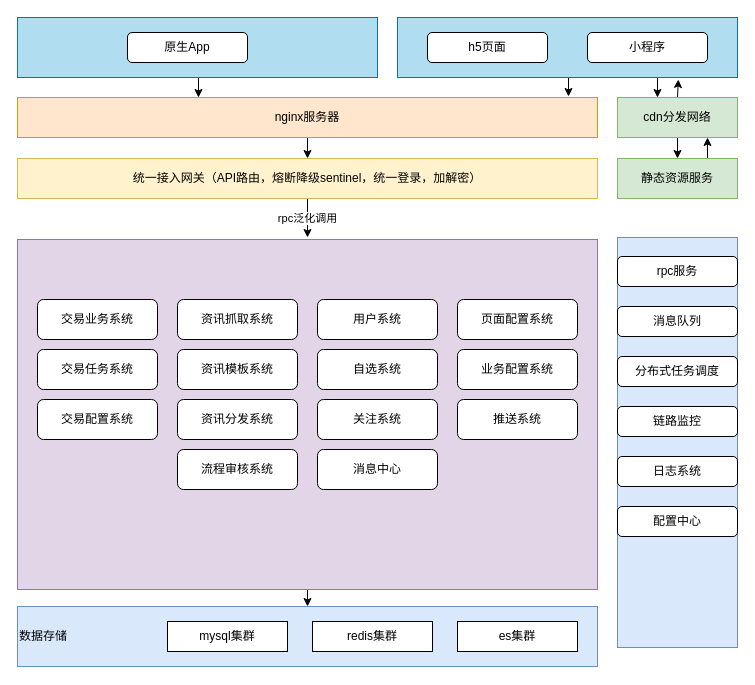
This is 证券系统整体架构图.drawio from WindRain20140210/files-ArchitectureDiagram, a draw.io file, before an edit. Source tidied: cells renumbered, new cells numbered last; positions are measured from the earlier drawing's top-left corner, leaving out a move shared by most shapes. Both pictures are drawn from the tidied source at 100%, with x=0, y=0 at pixel (17, 17).
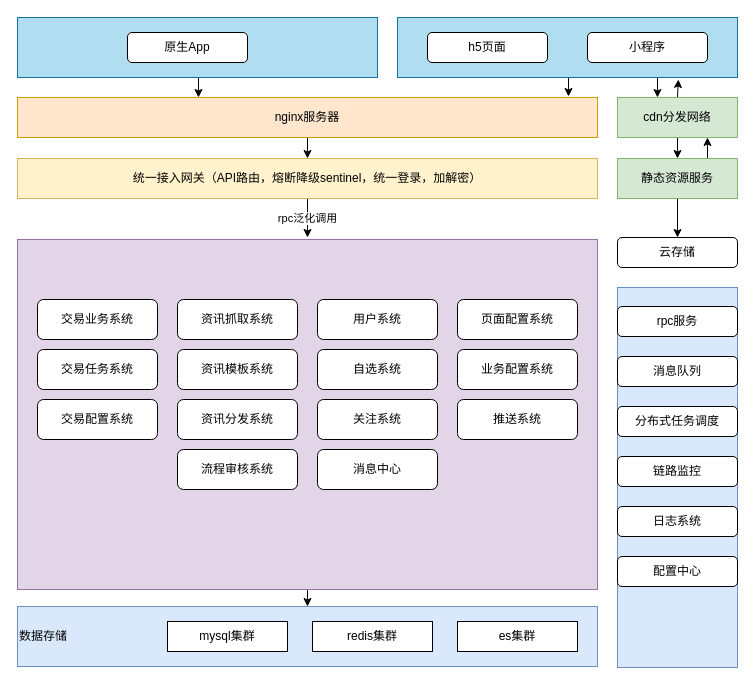
After the change.

Commit message (it also covers changes not shown here):
Update 证券系统整体架构图.drawio

Unchanged cells that the change refers to:
```xml
<mxCell id="12" value="静态资源服务" style="rounded=0;whiteSpace=wrap;html=1;fillColor=#d5e8d4;strokeColor=#82b366;" parent="1" vertex="1">
  <mxGeometry x="600" y="141" width="120" height="40" as="geometry" />
</mxCell>
```

What changed in the source:
```diff
@@
+    <mxCell id="46" style="edgeStyle=orthogonalEdgeStyle;rounded=0;jettySize=auto;html=1;exitX=0.5;exitY=1;exitDx=0;exitDy=0;entryX=0.5;entryY=0;entryDx=0;entryDy=0;" parent="1" edge="1" source="12" target="47">
+      <mxGeometry relative="1" as="geometry" />
+    </mxCell>
@@
     <mxCell id="20" style="rounded=0;whiteSpace=wrap;html=1;fillColor=#dae8fc;strokeColor=#6c8ebf;" parent="1" vertex="1">
-      <mxGeometry x="600" y="220" width="120" height="410" as="geometry" />
+      <mxGeometry x="600" y="270" width="120" height="380" as="geometry" />
     </mxCell>
     <mxCell id="21" value="rpc服务" style="rounded=1;whiteSpace=wrap;html=1;" parent="1" vertex="1">
-      <mxGeometry x="600" y="239" width="120" height="30" as="geometry" />
+      <mxGeometry x="600" y="289" width="120" height="30" as="geometry" />
     </mxCell>
     <mxCell id="22" value="消息队列" style="rounded=1;whiteSpace=wrap;html=1;" parent="1" vertex="1">
-      <mxGeometry x="600" y="289" width="120" height="30" as="geometry" />
+      <mxGeometry x="600" y="339" width="120" height="30" as="geometry" />
     </mxCell>
     <mxCell id="23" value="分布式任务调度" style="rounded=1;whiteSpace=wrap;html=1;" parent="1" vertex="1">
-      <mxGeometry x="600" y="339" width="120" height="30" as="geometry" />
+      <mxGeometry x="600" y="389" width="120" height="30" as="geometry" />
     </mxCell>
     <mxCell id="24" value="链路监控" style="rounded=1;whiteSpace=wrap;html=1;" parent="1" vertex="1">
-      <mxGeometry x="600" y="389" width="120" height="30" as="geometry" />
+      <mxGeometry x="600" y="439" width="120" height="30" as="geometry" />
     </mxCell>
     <mxCell id="25" value="日志系统" style="rounded=1;whiteSpace=wrap;html=1;" parent="1" vertex="1">
-      <mxGeometry x="600" y="439" width="120" height="30" as="geometry" />
+      <mxGeometry x="600" y="489" width="120" height="30" as="geometry" />
     </mxCell>
     <mxCell id="26" value="配置中心" style="rounded=1;whiteSpace=wrap;html=1;" parent="1" vertex="1">
-      <mxGeometry x="600" y="489" width="120" height="30" as="geometry" />
+      <mxGeometry x="600" y="539" width="120" height="30" as="geometry" />
     </mxCell>
@@
+    <mxCell id="47" value="云存储" style="rounded=1;whiteSpace=wrap;html=1;" parent="1" vertex="1">
+      <mxGeometry x="600" y="220" width="120" height="30" as="geometry" />
+    </mxCell>
```
